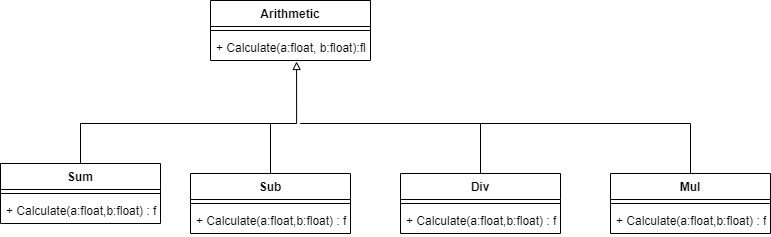
Above: schema/arithmetic.png in deeperj/rust (draw.io), before the change. Source tidied: cells renumbered, new cells last; positions are measured from the earlier drawing's top-left corner, leaving out a move shared by most shapes.
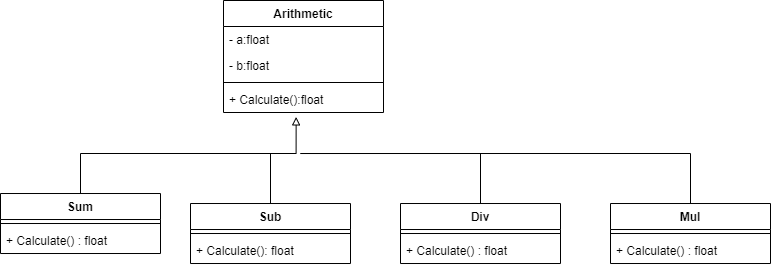
The same file after the commit.

Change to the diagram source:
```diff
@@ -3,15 +3,21 @@
     <mxCell id="0" />
     <mxCell id="1" parent="0" />
     <mxCell id="2" value="Arithmetic" style="swimlane;fontStyle=1;align=center;verticalAlign=top;horizontal=1;startSize=26;" parent="1" vertex="1">
-      <mxGeometry x="210" width="160" height="60" as="geometry" />
+      <mxGeometry x="223" y="-30" width="160" height="112" as="geometry" />
     </mxCell>
+    <mxCell id="21" value="- a:float" style="text;strokeColor=none;fillColor=none;align=left;verticalAlign=top;spacingLeft=4;spacingRight=4;overflow=hidden;" parent="2" vertex="1">
+      <mxGeometry y="26" width="160" height="26" as="geometry" />
+    </mxCell>
+    <mxCell id="22" value="- b:float" style="text;strokeColor=none;fillColor=none;align=left;verticalAlign=top;spacingLeft=4;spacingRight=4;overflow=hidden;" parent="2" vertex="1">
+      <mxGeometry y="52" width="160" height="26" as="geometry" />
+    </mxCell>
     <mxCell id="3" style="line;strokeWidth=1;fillColor=none;align=left;verticalAlign=middle;spacingTop=-1;spacingLeft=3;spacingRight=3;labelPosition=right;" parent="2" vertex="1">
-      <mxGeometry y="26" width="160" height="8" as="geometry" />
+      <mxGeometry y="78" width="160" height="8" as="geometry" />
     </mxCell>
-    <mxCell id="4" value="+ Calculate(a:float, b:float):float" style="text;strokeColor=none;fillColor=none;align=left;verticalAlign=top;spacingLeft=4;spacingRight=4;overflow=hidden;points=[[0,0.5],[1,0.5]];portConstraint=eastwest;" parent="2" vertex="1">
-      <mxGeometry y="34" width="160" height="26" as="geometry" />
+    <mxCell id="4" value="+ Calculate():float" style="text;strokeColor=none;fillColor=none;align=left;verticalAlign=top;spacingLeft=4;spacingRight=4;overflow=hidden;points=[[0,0.5],[1,0.5]];portConstraint=eastwest;" parent="2" vertex="1">
+      <mxGeometry y="86" width="160" height="26" as="geometry" />
     </mxCell>
-    <mxCell id="5" style="edgeStyle=orthogonalEdgeStyle;rounded=0;jettySize=auto;html=1;exitX=0.5;exitY=0;exitDx=0;exitDy=0;entryX=0.538;entryY=1.038;entryDx=0;entryDy=0;entryPerimeter=0;endArrow=block;endFill=0;" parent="1" edge="1" source="6" target="4">
+    <mxCell id="5" style="edgeStyle=orthogonalEdgeStyle;rounded=0;jettySize=auto;html=1;exitX=0.5;exitY=0;exitDx=0;exitDy=0;entryX=0.454;entryY=1.169;entryDx=0;entryDy=0;entryPerimeter=0;endArrow=block;endFill=0;" parent="1" edge="1" source="6" target="4">
       <mxGeometry relative="1" as="geometry">
         <Array as="points">
           <mxPoint x="80" y="123" />
@@ -19,61 +25,61 @@
         </Array>
       </mxGeometry>
     </mxCell>
+    <mxCell id="9" style="edgeStyle=orthogonalEdgeStyle;rounded=0;jettySize=auto;html=1;exitX=0.5;exitY=0;exitDx=0;exitDy=0;endArrow=none;endFill=0;" parent="1" edge="1" source="10">
+      <mxGeometry relative="1" as="geometry">
+        <mxPoint x="270" y="123" as="targetPoint" />
+      </mxGeometry>
+    </mxCell>
+    <mxCell id="13" style="edgeStyle=orthogonalEdgeStyle;rounded=0;jettySize=auto;html=1;exitX=0.5;exitY=0;exitDx=0;exitDy=0;endArrow=none;endFill=0;" parent="1" edge="1" source="14">
+      <mxGeometry relative="1" as="geometry">
+        <mxPoint x="300" y="123" as="targetPoint" />
+        <Array as="points">
+          <mxPoint x="480" y="123" />
+        </Array>
+      </mxGeometry>
+    </mxCell>
+    <mxCell id="17" style="edgeStyle=orthogonalEdgeStyle;rounded=0;jettySize=auto;html=1;exitX=0.5;exitY=0;exitDx=0;exitDy=0;endArrow=none;endFill=0;" parent="1" edge="1" source="18">
+      <mxGeometry relative="1" as="geometry">
+        <mxPoint x="300" y="123" as="targetPoint" />
+        <Array as="points">
+          <mxPoint x="690" y="123" />
+        </Array>
+      </mxGeometry>
+    </mxCell>
     <mxCell id="6" value="Sum" style="swimlane;fontStyle=1;align=center;verticalAlign=top;horizontal=1;startSize=26;" parent="1" vertex="1">
       <mxGeometry y="163" width="160" height="60" as="geometry" />
     </mxCell>
     <mxCell id="7" style="line;strokeWidth=1;fillColor=none;align=left;verticalAlign=middle;spacingTop=-1;spacingLeft=3;spacingRight=3;labelPosition=right;" parent="6" vertex="1">
       <mxGeometry y="26" width="160" height="8" as="geometry" />
     </mxCell>
-    <mxCell id="8" value="+ Calculate(a:float,b:float) : float" style="text;strokeColor=none;fillColor=none;align=left;verticalAlign=top;spacingLeft=4;spacingRight=4;overflow=hidden;" parent="6" vertex="1">
+    <mxCell id="8" value="+ Calculate() : float" style="text;strokeColor=none;fillColor=none;align=left;verticalAlign=top;spacingLeft=4;spacingRight=4;overflow=hidden;" parent="6" vertex="1">
       <mxGeometry y="34" width="160" height="26" as="geometry" />
     </mxCell>
-    <mxCell id="9" style="edgeStyle=orthogonalEdgeStyle;rounded=0;jettySize=auto;html=1;exitX=0.5;exitY=0;exitDx=0;exitDy=0;endArrow=none;endFill=0;" parent="1" edge="1" source="10">
-      <mxGeometry relative="1" as="geometry">
-        <mxPoint x="270" y="123" as="targetPoint" />
-      </mxGeometry>
-    </mxCell>
     <mxCell id="10" value="Sub" style="swimlane;fontStyle=1;align=center;verticalAlign=top;horizontal=1;startSize=26;" parent="1" vertex="1">
       <mxGeometry x="190" y="173" width="160" height="60" as="geometry" />
     </mxCell>
     <mxCell id="11" style="line;strokeWidth=1;fillColor=none;align=left;verticalAlign=middle;spacingTop=-1;spacingLeft=3;spacingRight=3;labelPosition=right;" parent="10" vertex="1">
       <mxGeometry y="26" width="160" height="8" as="geometry" />
     </mxCell>
-    <mxCell id="12" value="+ Calculate(a:float,b:float) : float" style="text;strokeColor=none;fillColor=none;align=left;verticalAlign=top;spacingLeft=4;spacingRight=4;overflow=hidden;" parent="10" vertex="1">
+    <mxCell id="12" value="+ Calculate(): float" style="text;strokeColor=none;fillColor=none;align=left;verticalAlign=top;spacingLeft=4;spacingRight=4;overflow=hidden;" parent="10" vertex="1">
       <mxGeometry y="34" width="160" height="26" as="geometry" />
     </mxCell>
-    <mxCell id="13" style="edgeStyle=orthogonalEdgeStyle;rounded=0;jettySize=auto;html=1;exitX=0.5;exitY=0;exitDx=0;exitDy=0;endArrow=none;endFill=0;" parent="1" edge="1" source="14">
-      <mxGeometry relative="1" as="geometry">
-        <mxPoint x="300" y="123" as="targetPoint" />
-        <Array as="points">
-          <mxPoint x="480" y="123" />
-        </Array>
-      </mxGeometry>
-    </mxCell>
     <mxCell id="14" value="Div" style="swimlane;fontStyle=1;align=center;verticalAlign=top;horizontal=1;startSize=26;" parent="1" vertex="1">
       <mxGeometry x="400" y="173" width="160" height="60" as="geometry" />
     </mxCell>
     <mxCell id="15" style="line;strokeWidth=1;fillColor=none;align=left;verticalAlign=middle;spacingTop=-1;spacingLeft=3;spacingRight=3;labelPosition=right;" parent="14" vertex="1">
       <mxGeometry y="26" width="160" height="8" as="geometry" />
     </mxCell>
-    <mxCell id="16" value="+ Calculate(a:float,b:float) : float" style="text;strokeColor=none;fillColor=none;align=left;verticalAlign=top;spacingLeft=4;spacingRight=4;overflow=hidden;" parent="14" vertex="1">
+    <mxCell id="16" value="+ Calculate() : float" style="text;strokeColor=none;fillColor=none;align=left;verticalAlign=top;spacingLeft=4;spacingRight=4;overflow=hidden;" parent="14" vertex="1">
       <mxGeometry y="34" width="160" height="26" as="geometry" />
     </mxCell>
-    <mxCell id="17" style="edgeStyle=orthogonalEdgeStyle;rounded=0;jettySize=auto;html=1;exitX=0.5;exitY=0;exitDx=0;exitDy=0;endArrow=none;endFill=0;" parent="1" edge="1" source="18">
-      <mxGeometry relative="1" as="geometry">
-        <mxPoint x="300" y="123" as="targetPoint" />
-        <Array as="points">
-          <mxPoint x="690" y="123" />
-        </Array>
-      </mxGeometry>
-    </mxCell>
     <mxCell id="18" value="Mul" style="swimlane;fontStyle=1;align=center;verticalAlign=top;horizontal=1;startSize=26;" parent="1" vertex="1">
       <mxGeometry x="610" y="173" width="160" height="60" as="geometry" />
     </mxCell>
     <mxCell id="19" style="line;strokeWidth=1;fillColor=none;align=left;verticalAlign=middle;spacingTop=-1;spacingLeft=3;spacingRight=3;labelPosition=right;" parent="18" vertex="1">
       <mxGeometry y="26" width="160" height="8" as="geometry" />
     </mxCell>
-    <mxCell id="20" value="+ Calculate(a:float,b:float) : float" style="text;strokeColor=none;fillColor=none;align=left;verticalAlign=top;spacingLeft=4;spacingRight=4;overflow=hidden;" parent="18" vertex="1">
+    <mxCell id="20" value="+ Calculate() : float" style="text;strokeColor=none;fillColor=none;align=left;verticalAlign=top;spacingLeft=4;spacingRight=4;overflow=hidden;" parent="18" vertex="1">
       <mxGeometry y="34" width="160" height="26" as="geometry" />
     </mxCell>
   </root>
```
